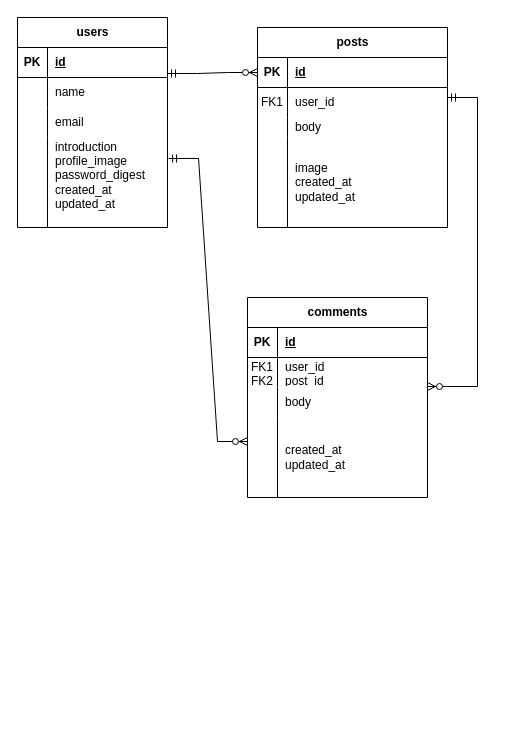
Before: SQL基礎.drawio in nanase-84/-, a draw.io diagram. Source tidied: cells renumbered, new cells numbered last; positions are measured from the earlier drawing's top-left corner, leaving out a move shared by most shapes. Both pictures are drawn from the tidied source at 100%, with x=0, y=0 at pixel (17, 17).
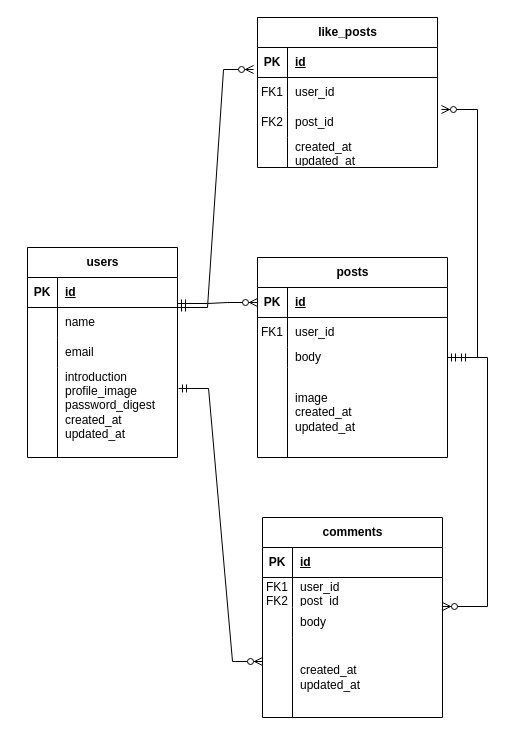
After the change.

Commit message:
SQL基礎.drawio を更新します

The change refers to these unchanged cells:
```xml
<mxCell id="37" style="shape=tableRow;horizontal=0;startSize=0;swimlaneHead=0;swimlaneBody=0;fillColor=none;points=[[0,0.5],[1,0.5]];portConstraint=eastwest;top=0;left=0;right=0;bottom=0;" parent="30" vertex="1">
  <mxGeometry y="90" width="180" height="30" as="geometry" />
</mxCell>
```

Change to the diagram source:
```diff
@@
     <mxCell id="2" value="users" style="shape=table;startSize=30;childLayout=tableLayout;rowLines=0;fontStyle=1;align=center;html=1;" parent="1" vertex="1">
-      <mxGeometry width="150" height="210" as="geometry" />
+      <mxGeometry x="10" y="230" width="150" height="210" as="geometry" />
     </mxCell>
@@
     <mxCell id="15" value="posts" style="shape=table;startSize=30;childLayout=tableLayout;rowLines=0;fontStyle=1;align=center;html=1;" parent="1" vertex="1">
-      <mxGeometry x="240" y="10" width="190" height="200" as="geometry" />
+      <mxGeometry x="240" y="240" width="190" height="200" as="geometry" />
     </mxCell>
@@
     <mxCell id="30" value="comments" style="shape=table;startSize=30;childLayout=tableLayout;rowLines=0;fontStyle=1;align=center;html=1;" parent="1" vertex="1">
-      <mxGeometry x="230" y="280" width="180" height="200" as="geometry" />
+      <mxGeometry x="245" y="500" width="180" height="200" as="geometry" />
     </mxCell>
@@
     <mxCell id="43" style="edgeStyle=entityRelationEdgeStyle;fontSize=12;html=1;endArrow=ERzeroToMany;startArrow=ERmandOne;rounded=0;entryX=1;entryY=-0.033;entryDx=0;entryDy=0;entryPerimeter=0;" parent="1" edge="1" target="37">
       <mxGeometry relative="1" as="geometry">
-        <mxPoint x="430" y="80" as="sourcePoint" />
+        <mxPoint x="440" y="340" as="sourcePoint" />
       </mxGeometry>
     </mxCell>
+    <mxCell id="44" value="like_posts" style="shape=table;startSize=30;childLayout=tableLayout;rowLines=0;fontStyle=1;align=center;html=1;" parent="1" vertex="1">
+      <mxGeometry x="240" width="180" height="150" as="geometry" />
+    </mxCell>
+    <mxCell id="45" style="shape=tableRow;horizontal=0;startSize=0;swimlaneHead=0;swimlaneBody=0;fillColor=none;points=[[0,0.5],[1,0.5]];portConstraint=eastwest;top=0;left=0;right=0;bottom=1;" parent="44" vertex="1">
+      <mxGeometry y="30" width="180" height="30" as="geometry" />
+    </mxCell>
+    <mxCell id="46" value="PK" style="shape=partialRectangle;fillColor=none;top=0;left=0;bottom=0;right=0;fontStyle=1;overflow=hidden;whiteSpace=wrap;html=1;" parent="45" vertex="1">
+      <mxGeometry width="30" height="30" as="geometry" />
+    </mxCell>
+    <mxCell id="47" value="id" style="shape=partialRectangle;fillColor=none;top=0;left=0;bottom=0;right=0;align=left;spacingLeft=6;fontStyle=5;overflow=hidden;whiteSpace=wrap;html=1;" parent="45" vertex="1">
+      <mxGeometry x="30" width="150" height="30" as="geometry" />
+    </mxCell>
+    <mxCell id="48" style="shape=tableRow;horizontal=0;startSize=0;swimlaneHead=0;swimlaneBody=0;fillColor=none;top=0;left=0;right=0;bottom=0;" parent="44" vertex="1">
+      <mxGeometry y="60" width="180" height="30" as="geometry" />
+    </mxCell>
+    <mxCell id="49" value="FK1" style="shape=partialRectangle;fillColor=none;top=0;left=0;bottom=0;right=0;overflow=hidden;whiteSpace=wrap;html=1;" parent="48" vertex="1">
+      <mxGeometry width="30" height="30" as="geometry" />
+    </mxCell>
+    <mxCell id="50" value="user_id" style="shape=partialRectangle;fillColor=none;top=0;left=0;bottom=0;right=0;align=left;spacingLeft=6;overflow=hidden;whiteSpace=wrap;html=1;" parent="48" vertex="1">
+      <mxGeometry x="30" width="150" height="30" as="geometry" />
+    </mxCell>
+    <mxCell id="51" style="shape=tableRow;horizontal=0;startSize=0;swimlaneHead=0;swimlaneBody=0;fillColor=none;points=[[0,0.5],[1,0.5]];portConstraint=eastwest;top=0;left=0;right=0;bottom=0;" parent="44" vertex="1">
+      <mxGeometry y="90" width="180" height="30" as="geometry" />
+    </mxCell>
+    <mxCell id="52" value="FK2" style="shape=partialRectangle;fillColor=none;top=0;left=0;bottom=0;right=0;overflow=hidden;whiteSpace=wrap;html=1;" parent="51" vertex="1">
+      <mxGeometry width="30" height="30" as="geometry" />
+    </mxCell>
+    <mxCell id="53" value="post_id" style="shape=partialRectangle;fillColor=none;top=0;left=0;bottom=0;right=0;align=left;spacingLeft=6;overflow=hidden;whiteSpace=wrap;html=1;" parent="51" vertex="1">
+      <mxGeometry x="30" width="150" height="30" as="geometry" />
+    </mxCell>
+    <mxCell id="54" style="shape=tableRow;horizontal=0;startSize=0;swimlaneHead=0;swimlaneBody=0;fillColor=none;top=0;left=0;right=0;bottom=0;" parent="44" vertex="1">
+      <mxGeometry y="120" width="180" height="30" as="geometry" />
+    </mxCell>
+    <mxCell id="55" style="shape=partialRectangle;fillColor=none;top=0;left=0;bottom=0;right=0;overflow=hidden;whiteSpace=wrap;html=1;" parent="54" vertex="1">
+      <mxGeometry width="30" height="30" as="geometry" />
+    </mxCell>
+    <mxCell id="56" value="created_at&lt;div&gt;updated_at&lt;/div&gt;" style="shape=partialRectangle;fillColor=none;top=0;left=0;bottom=0;right=0;align=left;spacingLeft=6;overflow=hidden;whiteSpace=wrap;html=1;" parent="54" vertex="1">
+      <mxGeometry x="30" width="150" height="30" as="geometry" />
+    </mxCell>
+    <mxCell id="57" style="edgeStyle=entityRelationEdgeStyle;fontSize=12;html=1;endArrow=ERzeroToMany;startArrow=ERmandOne;rounded=0;entryX=1.022;entryY=0.067;entryDx=0;entryDy=0;entryPerimeter=0;" parent="1" edge="1" target="51">
+      <mxGeometry relative="1" as="geometry">
+        <mxPoint x="430" y="340" as="sourcePoint" />
+      </mxGeometry>
+    </mxCell>
+    <mxCell id="58" style="edgeStyle=entityRelationEdgeStyle;fontSize=12;html=1;endArrow=ERzeroToMany;startArrow=ERmandOne;rounded=0;entryX=-0.022;entryY=0.733;entryDx=0;entryDy=0;entryPerimeter=0;" parent="1" edge="1" target="45">
+      <mxGeometry relative="1" as="geometry">
+        <mxPoint x="160" y="290" as="sourcePoint" />
+      </mxGeometry>
+    </mxCell>
```
